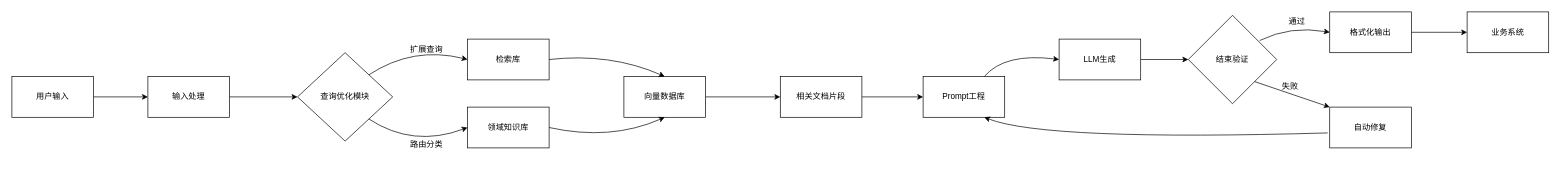
This is RAG系统链路.drawio from ChengziMao/picture, a draw.io file, before an edit. Source tidied: cells renumbered, new cells numbered last; positions are measured from the earlier drawing's top-left corner, leaving out a move shared by most shapes. Both pictures are drawn from the tidied source at 68%, with x=0, y=0 at pixel (12, 12).
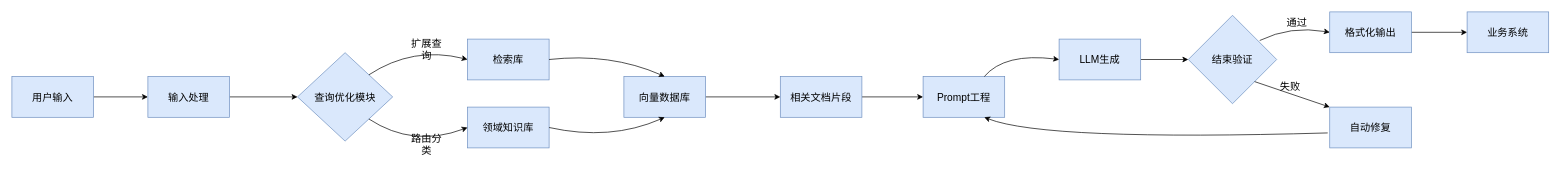
The same diagram, later.

Commit message:
更新RAG系统链路.drawio

Change to the diagram source:
```diff
@@
-    <mxCell id="2" style="edgeStyle=orthogonalEdgeStyle;rounded=0;jettySize=auto;html=1;" parent="1" edge="1" source="3" target="5">
+    <mxCell id="2" style="edgeStyle=orthogonalEdgeStyle;rounded=0;jettySize=auto;html=1;fontSize=15;" parent="1" edge="1" source="3" target="5">
       <mxGeometry relative="1" as="geometry" />
     </mxCell>
-    <mxCell id="3" value="用户输入" style="rounded=0;whiteSpace=wrap;html=1;" parent="1" vertex="1">
+    <mxCell id="3" value="用户输入" style="rounded=0;whiteSpace=wrap;html=1;fontSize=15;fillColor=#dae8fc;strokeColor=#6c8ebf;" parent="1" vertex="1">
       <mxGeometry y="95" width="120" height="60" as="geometry" />
     </mxCell>
-    <mxCell id="4" style="edgeStyle=orthogonalEdgeStyle;rounded=0;jettySize=auto;html=1;entryX=0;entryY=0.5;entryDx=0;entryDy=0;" parent="1" edge="1" source="5" target="6">
+    <mxCell id="4" style="edgeStyle=orthogonalEdgeStyle;rounded=0;jettySize=auto;html=1;entryX=0;entryY=0.5;entryDx=0;entryDy=0;fontSize=15;" parent="1" edge="1" source="5" target="6">
       <mxGeometry relative="1" as="geometry" />
     </mxCell>
-    <mxCell id="5" value="输入处理" style="rounded=0;whiteSpace=wrap;html=1;" parent="1" vertex="1">
+    <mxCell id="5" value="输入处理" style="rounded=0;whiteSpace=wrap;html=1;fontSize=15;fillColor=#dae8fc;strokeColor=#6c8ebf;" parent="1" vertex="1">
       <mxGeometry x="200" y="95" width="120" height="60" as="geometry" />
     </mxCell>
-    <mxCell id="6" value="查询优化模块" style="rhombus;whiteSpace=wrap;html=1;" parent="1" vertex="1">
+    <mxCell id="6" value="查询优化模块" style="rhombus;whiteSpace=wrap;html=1;fontSize=15;fillColor=#dae8fc;strokeColor=#6c8ebf;" parent="1" vertex="1">
       <mxGeometry x="420" y="60" width="140" height="130" as="geometry" />
     </mxCell>
-    <mxCell id="7" value="检索库" style="rounded=0;whiteSpace=wrap;html=1;" parent="1" vertex="1">
+    <mxCell id="7" value="检索库" style="rounded=0;whiteSpace=wrap;html=1;fontSize=15;fillColor=#dae8fc;strokeColor=#6c8ebf;" parent="1" vertex="1">
       <mxGeometry x="670" y="40" width="120" height="60" as="geometry" />
     </mxCell>
-    <mxCell id="8" value="领域知识库" style="rounded=0;whiteSpace=wrap;html=1;" parent="1" vertex="1">
+    <mxCell id="8" value="领域知识库" style="rounded=0;whiteSpace=wrap;html=1;fontSize=15;fillColor=#dae8fc;strokeColor=#6c8ebf;" parent="1" vertex="1">
       <mxGeometry x="670" y="140" width="120" height="60" as="geometry" />
     </mxCell>
-    <mxCell id="9" style="endArrow=classic;html=1;rounded=0;exitX=1;exitY=0;exitDx=0;exitDy=0;entryX=0;entryY=0.5;entryDx=0;entryDy=0;curved=1;" parent="1" edge="1" source="6" target="7">
+    <mxCell id="9" style="endArrow=classic;html=1;rounded=0;exitX=1;exitY=0;exitDx=0;exitDy=0;entryX=0;entryY=0.5;entryDx=0;entryDy=0;curved=1;fontSize=15;" parent="1" edge="1" source="6" target="7">
       <mxGeometry relative="1" as="geometry">
         <Array as="points">
           <mxPoint x="590" y="50" />
         </Array>
       </mxGeometry>
     </mxCell>
-    <mxCell id="10" style="endArrow=classic;html=1;rounded=0;exitX=1;exitY=1;exitDx=0;exitDy=0;entryX=0;entryY=0.5;entryDx=0;entryDy=0;curved=1;" parent="1" edge="1" source="6" target="8">
+    <mxCell id="10" style="endArrow=classic;html=1;rounded=0;exitX=1;exitY=1;exitDx=0;exitDy=0;entryX=0;entryY=0.5;entryDx=0;entryDy=0;curved=1;fontSize=15;" parent="1" edge="1" source="6" target="8">
       <mxGeometry relative="1" as="geometry">
         <Array as="points">
           <mxPoint x="590" y="200" />
         </Array>
       </mxGeometry>
     </mxCell>
-    <mxCell id="11" value="扩展查询" style="text;html=1;whiteSpace=wrap;strokeColor=none;fillColor=none;align=center;verticalAlign=middle;rounded=0;" parent="1" vertex="1">
+    <mxCell id="11" value="扩展查询" style="text;html=1;whiteSpace=wrap;strokeColor=none;fillColor=none;align=center;verticalAlign=middle;rounded=0;fontSize=15;" parent="1" vertex="1">
       <mxGeometry x="580" y="40" width="60" height="30" as="geometry" />
     </mxCell>
-    <mxCell id="12" value="路由分类" style="text;html=1;whiteSpace=wrap;strokeColor=none;fillColor=none;align=center;verticalAlign=middle;rounded=0;" parent="1" vertex="1">
+    <mxCell id="12" value="路由分类" style="text;html=1;whiteSpace=wrap;strokeColor=none;fillColor=none;align=center;verticalAlign=middle;rounded=0;fontSize=15;" parent="1" vertex="1">
       <mxGeometry x="580" y="180" width="60" height="30" as="geometry" />
     </mxCell>
-    <mxCell id="13" style="edgeStyle=orthogonalEdgeStyle;rounded=0;jettySize=auto;html=1;" parent="1" edge="1" source="14" target="16">
+    <mxCell id="13" style="edgeStyle=orthogonalEdgeStyle;rounded=0;jettySize=auto;html=1;fontSize=15;" parent="1" edge="1" source="14" target="16">
       <mxGeometry relative="1" as="geometry" />
     </mxCell>
-    <mxCell id="14" value="向量数据库" style="rounded=0;whiteSpace=wrap;html=1;" parent="1" vertex="1">
+    <mxCell id="14" value="向量数据库" style="rounded=0;whiteSpace=wrap;html=1;fontSize=15;fillColor=#dae8fc;strokeColor=#6c8ebf;" parent="1" vertex="1">
       <mxGeometry x="900" y="95" width="120" height="60" as="geometry" />
     </mxCell>
-    <mxCell id="15" style="edgeStyle=orthogonalEdgeStyle;rounded=0;jettySize=auto;html=1;entryX=0;entryY=0.5;entryDx=0;entryDy=0;" parent="1" edge="1" source="16" target="17">
+    <mxCell id="15" style="edgeStyle=orthogonalEdgeStyle;rounded=0;jettySize=auto;html=1;entryX=0;entryY=0.5;entryDx=0;entryDy=0;fontSize=15;" parent="1" edge="1" source="16" target="17">
       <mxGeometry relative="1" as="geometry" />
     </mxCell>
-    <mxCell id="16" value="相关文档片段" style="rounded=0;whiteSpace=wrap;html=1;" parent="1" vertex="1">
+    <mxCell id="16" value="相关文档片段" style="rounded=0;whiteSpace=wrap;html=1;fontSize=15;fillColor=#dae8fc;strokeColor=#6c8ebf;" parent="1" vertex="1">
       <mxGeometry x="1130" y="95" width="120" height="60" as="geometry" />
     </mxCell>
-    <mxCell id="17" value="Prompt工程" style="rounded=0;whiteSpace=wrap;html=1;" parent="1" vertex="1">
+    <mxCell id="17" value="Prompt工程" style="rounded=0;whiteSpace=wrap;html=1;fontSize=15;fillColor=#dae8fc;strokeColor=#6c8ebf;" parent="1" vertex="1">
       <mxGeometry x="1340" y="95" width="120" height="60" as="geometry" />
     </mxCell>
-    <mxCell id="18" style="endArrow=classic;html=1;rounded=0;exitX=1;exitY=0.5;exitDx=0;exitDy=0;entryX=0.5;entryY=0;entryDx=0;entryDy=0;curved=1;" parent="1" edge="1" source="7" target="14">
+    <mxCell id="18" style="endArrow=classic;html=1;rounded=0;exitX=1;exitY=0.5;exitDx=0;exitDy=0;entryX=0.5;entryY=0;entryDx=0;entryDy=0;curved=1;fontSize=15;" parent="1" edge="1" source="7" target="14">
       <mxGeometry relative="1" as="geometry">
         <Array as="points">
           <mxPoint x="880" y="60" />
         </Array>
       </mxGeometry>
     </mxCell>
-    <mxCell id="19" style="endArrow=classic;html=1;rounded=0;exitX=1;exitY=0.5;exitDx=0;exitDy=0;entryX=0.5;entryY=1;entryDx=0;entryDy=0;curved=1;" parent="1" edge="1" source="8" target="14">
+    <mxCell id="19" style="endArrow=classic;html=1;rounded=0;exitX=1;exitY=0.5;exitDx=0;exitDy=0;entryX=0.5;entryY=1;entryDx=0;entryDy=0;curved=1;fontSize=15;" parent="1" edge="1" source="8" target="14">
       <mxGeometry relative="1" as="geometry">
         <Array as="points">
           <mxPoint x="880" y="190" />
         </Array>
       </mxGeometry>
     </mxCell>
-    <mxCell id="20" style="edgeStyle=orthogonalEdgeStyle;rounded=0;jettySize=auto;html=1;" parent="1" edge="1" source="21" target="22">
+    <mxCell id="20" style="edgeStyle=orthogonalEdgeStyle;rounded=0;jettySize=auto;html=1;fontSize=15;" parent="1" edge="1" source="21" target="22">
       <mxGeometry relative="1" as="geometry" />
     </mxCell>
-    <mxCell id="21" value="LLM生成" style="rounded=0;whiteSpace=wrap;html=1;" parent="1" vertex="1">
+    <mxCell id="21" value="LLM生成" style="rounded=0;whiteSpace=wrap;html=1;fontSize=15;fillColor=#dae8fc;strokeColor=#6c8ebf;" parent="1" vertex="1">
       <mxGeometry x="1540" y="40" width="120" height="60" as="geometry" />
     </mxCell>
-    <mxCell id="22" value="结束验证" style="rhombus;whiteSpace=wrap;html=1;" parent="1" vertex="1">
+    <mxCell id="22" value="结束验证" style="rhombus;whiteSpace=wrap;html=1;fontSize=15;fillColor=#dae8fc;strokeColor=#6c8ebf;" parent="1" vertex="1">
       <mxGeometry x="1730" y="5" width="130" height="130" as="geometry" />
     </mxCell>
-    <mxCell id="23" style="edgeStyle=orthogonalEdgeStyle;rounded=0;jettySize=auto;html=1;entryX=0;entryY=0.5;entryDx=0;entryDy=0;" parent="1" edge="1" source="24" target="25">
+    <mxCell id="23" style="edgeStyle=orthogonalEdgeStyle;rounded=0;jettySize=auto;html=1;entryX=0;entryY=0.5;entryDx=0;entryDy=0;fontSize=15;" parent="1" edge="1" source="24" target="25">
       <mxGeometry relative="1" as="geometry" />
     </mxCell>
-    <mxCell id="24" value="格式化输出" style="rounded=0;whiteSpace=wrap;html=1;" parent="1" vertex="1">
+    <mxCell id="24" value="格式化输出" style="rounded=0;whiteSpace=wrap;html=1;fontSize=15;fillColor=#dae8fc;strokeColor=#6c8ebf;" parent="1" vertex="1">
       <mxGeometry x="1938" width="120" height="60" as="geometry" />
     </mxCell>
-    <mxCell id="25" value="业务系统" style="rounded=0;whiteSpace=wrap;html=1;" parent="1" vertex="1">
+    <mxCell id="25" value="业务系统" style="rounded=0;whiteSpace=wrap;html=1;fontSize=15;fillColor=#dae8fc;strokeColor=#6c8ebf;" parent="1" vertex="1">
       <mxGeometry x="2140" width="120" height="60" as="geometry" />
     </mxCell>
-    <mxCell id="26" value="自动修复" style="rounded=0;whiteSpace=wrap;html=1;" parent="1" vertex="1">
+    <mxCell id="26" value="自动修复" style="rounded=0;whiteSpace=wrap;html=1;fontSize=15;fillColor=#dae8fc;strokeColor=#6c8ebf;" parent="1" vertex="1">
       <mxGeometry x="1938" y="140" width="120" height="60" as="geometry" />
     </mxCell>
-    <mxCell id="27" style="endArrow=classic;html=1;rounded=0;exitX=0.75;exitY=0;exitDx=0;exitDy=0;entryX=0;entryY=0.5;entryDx=0;entryDy=0;curved=1;" parent="1" edge="1" source="17" target="21">
+    <mxCell id="27" style="endArrow=classic;html=1;rounded=0;exitX=0.75;exitY=0;exitDx=0;exitDy=0;entryX=0;entryY=0.5;entryDx=0;entryDy=0;curved=1;fontSize=15;" parent="1" edge="1" source="17" target="21">
       <mxGeometry relative="1" as="geometry">
         <Array as="points">
           <mxPoint x="1460" y="60" />
         </Array>
       </mxGeometry>
     </mxCell>
-    <mxCell id="28" style="endArrow=classic;html=1;rounded=0;entryX=0.75;entryY=1;entryDx=0;entryDy=0;exitX=-0.025;exitY=0.633;exitDx=0;exitDy=0;exitPerimeter=0;curved=1;" parent="1" edge="1" source="26" target="17">
+    <mxCell id="28" style="endArrow=classic;html=1;rounded=0;entryX=0.75;entryY=1;entryDx=0;entryDy=0;exitX=-0.025;exitY=0.633;exitDx=0;exitDy=0;exitPerimeter=0;curved=1;fontSize=15;" parent="1" edge="1" source="26" target="17">
       <mxGeometry relative="1" as="geometry">
         <Array as="points">
           <mxPoint x="1520" y="190" />
         </Array>
       </mxGeometry>
     </mxCell>
-    <mxCell id="29" style="endArrow=classic;html=1;rounded=0;exitX=0.808;exitY=0.285;exitDx=0;exitDy=0;exitPerimeter=0;entryX=0;entryY=0.5;entryDx=0;entryDy=0;curved=1;" parent="1" edge="1" source="22" target="24">
+    <mxCell id="29" style="endArrow=classic;html=1;rounded=0;exitX=0.808;exitY=0.285;exitDx=0;exitDy=0;exitPerimeter=0;entryX=0;entryY=0.5;entryDx=0;entryDy=0;curved=1;fontSize=15;" parent="1" edge="1" source="22" target="24">
       <mxGeometry relative="1" as="geometry">
         <Array as="points">
           <mxPoint x="1880" y="20" />
         </Array>
       </mxGeometry>
     </mxCell>
-    <mxCell id="30" style="endArrow=classic;html=1;rounded=0;exitX=1;exitY=1;exitDx=0;exitDy=0;entryX=0;entryY=0;entryDx=0;entryDy=0;" parent="1" edge="1" source="22" target="26">
+    <mxCell id="30" style="endArrow=classic;html=1;rounded=0;exitX=1;exitY=1;exitDx=0;exitDy=0;entryX=0;entryY=0;entryDx=0;entryDy=0;fontSize=15;" parent="1" edge="1" source="22" target="26">
       <mxGeometry relative="1" as="geometry" />
     </mxCell>
-    <mxCell id="31" value="通过" style="text;html=1;whiteSpace=wrap;strokeColor=none;fillColor=none;align=center;verticalAlign=middle;rounded=0;" parent="1" vertex="1">
+    <mxCell id="31" value="通过" style="text;html=1;whiteSpace=wrap;strokeColor=none;fillColor=none;align=center;verticalAlign=middle;rounded=0;fontSize=15;" parent="1" vertex="1">
       <mxGeometry x="1860" width="60" height="30" as="geometry" />
     </mxCell>
-    <mxCell id="32" value="失败" style="text;html=1;whiteSpace=wrap;strokeColor=none;fillColor=none;align=center;verticalAlign=middle;rounded=0;" parent="1" vertex="1">
+    <mxCell id="32" value="失败" style="text;html=1;whiteSpace=wrap;strokeColor=none;fillColor=none;align=center;verticalAlign=middle;rounded=0;fontSize=15;" parent="1" vertex="1">
       <mxGeometry x="1850" y="95" width="60" height="30" as="geometry" />
     </mxCell>
```
